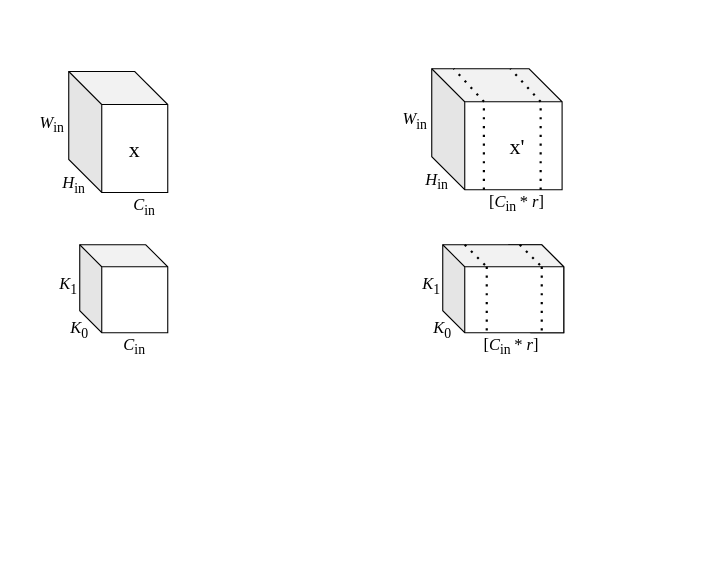
Before: page "第 3 页" (3 of 3) of uniqConv.drawio in guoriyue/draw.io, a draw.io diagram. Source tidied: cells renumbered, new cells numbered last; positions are measured from the earlier drawing's top-left corner, leaving out a move shared by most shapes. Both pictures are drawn from the tidied source at 110%, with x=0, y=0 at pixel (19, 68).
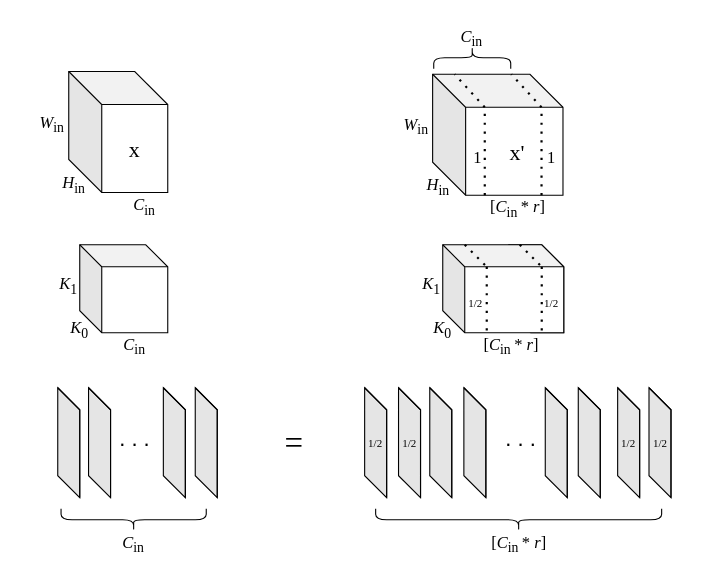
After the change.

Unchanged cells that the change refers to:
```xml
<mxCell id="18" style="group;" parent="1" vertex="1">
  <mxGeometry x="345" y="160" width="155" height="105" as="geometry" />
</mxCell>
```

Diff of the diagram source:
```diff
@@
-    <mxCell id="11" style="shape=cube;whiteSpace=wrap;html=1;boundedLbl=1;backgroundOutline=1;darkOpacity=0.05;darkOpacity2=0.1;size=30;" parent="1" vertex="1">
-      <mxGeometry x="375" width="118.5" height="110" as="geometry" />
-    </mxCell>
-    <mxCell id="12" value="&lt;font style=&quot;font-size: 15px;&quot; face=&quot;Times New Roman&quot;&gt;&lt;i&gt;H&lt;/i&gt;&lt;sub&gt;in&lt;/sub&gt;&lt;/font&gt;" style="text;html=1;strokeColor=none;fillColor=none;align=center;verticalAlign=middle;whiteSpace=wrap;rounded=0;fontSize=20;" parent="1" vertex="1">
-      <mxGeometry x="350" y="85" width="60" height="30" as="geometry" />
-    </mxCell>
-    <mxCell id="13" value="&lt;font style=&quot;font-size: 15px;&quot; face=&quot;Times New Roman&quot;&gt;&lt;i&gt;W&lt;/i&gt;&lt;sub&gt;in&lt;/sub&gt;&lt;/font&gt;" style="text;html=1;strokeColor=none;fillColor=none;align=center;verticalAlign=middle;whiteSpace=wrap;rounded=0;fontSize=20;" parent="1" vertex="1">
-      <mxGeometry x="330" y="30" width="60" height="30" as="geometry" />
-    </mxCell>
-    <mxCell id="14" value="&lt;font style=&quot;font-size: 20px;&quot; face=&quot;Times New Roman&quot;&gt;x'&lt;/font&gt;" style="text;html=1;strokeColor=none;fillColor=none;align=center;verticalAlign=middle;whiteSpace=wrap;rounded=0;fontSize=20;" parent="1" vertex="1">
-      <mxGeometry x="422.5" y="55" width="60" height="30" as="geometry" />
-    </mxCell>
-    <mxCell id="15" value="&lt;font style=&quot;font-size: 15px;&quot; face=&quot;Times New Roman&quot;&gt;[&lt;i&gt;C&lt;/i&gt;&lt;sub&gt;in&amp;nbsp;&lt;/sub&gt;&lt;/font&gt;&lt;span style=&quot;font-family: &amp;quot;Times New Roman&amp;quot;; font-size: 15px;&quot;&gt;* &lt;i&gt;r&lt;/i&gt;]&lt;/span&gt;" style="text;html=1;strokeColor=none;fillColor=none;align=center;verticalAlign=middle;whiteSpace=wrap;rounded=0;fontSize=20;" parent="1" vertex="1">
-      <mxGeometry x="400" y="105" width="105" height="30" as="geometry" />
-    </mxCell>
-    <mxCell id="16" style="endArrow=none;dashed=1;html=1;dashPattern=1 3;strokeWidth=2;rounded=0;fontFamily=Times New Roman;fontSize=20;" parent="1" edge="1">
-      <mxGeometry relative="1" as="geometry">
-        <mxPoint x="474" y="110" as="sourcePoint" />
-        <mxPoint x="474" y="30" as="targetPoint" />
-      </mxGeometry>
-    </mxCell>
-    <mxCell id="17" style="endArrow=none;dashed=1;html=1;dashPattern=1 3;strokeWidth=2;rounded=0;fontFamily=Times New Roman;fontSize=20;" parent="1" edge="1">
-      <mxGeometry relative="1" as="geometry">
-        <mxPoint x="474" y="30" as="sourcePoint" />
-        <mxPoint x="446.5" as="targetPoint" />
-      </mxGeometry>
-    </mxCell>
@@
-    <mxCell id="28" style="endArrow=none;dashed=1;html=1;dashPattern=1 3;strokeWidth=2;rounded=0;fontFamily=Times New Roman;fontSize=20;" parent="1" edge="1">
-      <mxGeometry relative="1" as="geometry">
-        <mxPoint x="422.4" y="110" as="sourcePoint" />
-        <mxPoint x="422.4" y="30" as="targetPoint" />
-      </mxGeometry>
-    </mxCell>
-    <mxCell id="29" style="endArrow=none;dashed=1;html=1;dashPattern=1 3;strokeWidth=2;rounded=0;fontFamily=Times New Roman;fontSize=20;" parent="1" edge="1">
-      <mxGeometry relative="1" as="geometry">
-        <mxPoint x="422.5" y="30" as="sourcePoint" />
-        <mxPoint x="395" as="targetPoint" />
-      </mxGeometry>
-    </mxCell>
+    <mxCell id="30" value="1/2" style="text;html=1;strokeColor=none;fillColor=none;align=center;verticalAlign=middle;whiteSpace=wrap;rounded=0;fontFamily=Times New Roman;fontSize=10;" parent="18" vertex="1">
+      <mxGeometry x="40" y="37.5" width="60" height="30" as="geometry" />
+    </mxCell>
+    <mxCell id="31" style="shape=cube;whiteSpace=wrap;html=1;boundedLbl=1;backgroundOutline=1;darkOpacity=0.05;darkOpacity2=0.1;size=30;" parent="1" vertex="1">
+      <mxGeometry x="375.8" y="5" width="118.5" height="110" as="geometry" />
+    </mxCell>
+    <mxCell id="12" value="&lt;font style=&quot;font-size: 15px;&quot; face=&quot;Times New Roman&quot;&gt;&lt;i&gt;H&lt;/i&gt;&lt;sub&gt;in&lt;/sub&gt;&lt;/font&gt;" style="text;html=1;strokeColor=none;fillColor=none;align=center;verticalAlign=middle;whiteSpace=wrap;rounded=0;fontSize=20;" parent="1" vertex="1">
+      <mxGeometry x="350.8" y="90" width="60" height="30" as="geometry" />
+    </mxCell>
+    <mxCell id="13" value="&lt;font style=&quot;font-size: 15px;&quot; face=&quot;Times New Roman&quot;&gt;&lt;i&gt;W&lt;/i&gt;&lt;sub&gt;in&lt;/sub&gt;&lt;/font&gt;" style="text;html=1;strokeColor=none;fillColor=none;align=center;verticalAlign=middle;whiteSpace=wrap;rounded=0;fontSize=20;" parent="1" vertex="1">
+      <mxGeometry x="330.8" y="35" width="60" height="30" as="geometry" />
+    </mxCell>
+    <mxCell id="14" value="&lt;font style=&quot;font-size: 20px;&quot; face=&quot;Times New Roman&quot;&gt;x'&lt;/font&gt;" style="text;html=1;strokeColor=none;fillColor=none;align=center;verticalAlign=middle;whiteSpace=wrap;rounded=0;fontSize=20;" parent="1" vertex="1">
+      <mxGeometry x="423.2" y="60" width="60" height="30" as="geometry" />
+    </mxCell>
+    <mxCell id="32" value="&lt;font style=&quot;font-size: 15px;&quot; face=&quot;Times New Roman&quot;&gt;[&lt;i&gt;C&lt;/i&gt;&lt;sub&gt;in&amp;nbsp;&lt;/sub&gt;&lt;/font&gt;&lt;span style=&quot;font-family: &amp;quot;Times New Roman&amp;quot;; font-size: 15px;&quot;&gt;* &lt;i&gt;r&lt;/i&gt;]&lt;/span&gt;" style="text;html=1;strokeColor=none;fillColor=none;align=center;verticalAlign=middle;whiteSpace=wrap;rounded=0;fontSize=20;" parent="1" vertex="1">
+      <mxGeometry x="400.8" y="110" width="105" height="30" as="geometry" />
+    </mxCell>
+    <mxCell id="33" style="endArrow=none;dashed=1;html=1;dashPattern=1 3;strokeWidth=2;rounded=0;fontFamily=Times New Roman;fontSize=20;" parent="1" edge="1">
+      <mxGeometry relative="1" as="geometry">
+        <mxPoint x="474.8" y="115" as="sourcePoint" />
+        <mxPoint x="474.8" y="35" as="targetPoint" />
+      </mxGeometry>
+    </mxCell>
+    <mxCell id="34" style="endArrow=none;dashed=1;html=1;dashPattern=1 3;strokeWidth=2;rounded=0;fontFamily=Times New Roman;fontSize=20;" parent="1" edge="1">
+      <mxGeometry relative="1" as="geometry">
+        <mxPoint x="474.8" y="35" as="sourcePoint" />
+        <mxPoint x="447.3" y="5" as="targetPoint" />
+      </mxGeometry>
+    </mxCell>
+    <mxCell id="35" style="endArrow=none;dashed=1;html=1;dashPattern=1 3;strokeWidth=2;rounded=0;fontFamily=Times New Roman;fontSize=20;" parent="1" edge="1">
+      <mxGeometry relative="1" as="geometry">
+        <mxPoint x="423.2" y="115" as="sourcePoint" />
+        <mxPoint x="423.2" y="35" as="targetPoint" />
+      </mxGeometry>
+    </mxCell>
+    <mxCell id="36" style="endArrow=none;dashed=1;html=1;dashPattern=1 3;strokeWidth=2;rounded=0;fontFamily=Times New Roman;fontSize=20;" parent="1" edge="1">
+      <mxGeometry relative="1" as="geometry">
+        <mxPoint x="423.2" y="35" as="sourcePoint" />
+        <mxPoint x="395.8" y="5" as="targetPoint" />
+      </mxGeometry>
+    </mxCell>
+    <mxCell id="37" value="&lt;font style=&quot;font-size: 15px;&quot;&gt;1&lt;/font&gt;" style="text;html=1;strokeColor=none;fillColor=none;align=center;verticalAlign=middle;whiteSpace=wrap;rounded=0;fontFamily=Times New Roman;fontSize=10;" parent="1" vertex="1">
+      <mxGeometry x="386.8" y="65" width="60" height="30" as="geometry" />
+    </mxCell>
+    <mxCell id="38" value="&lt;font style=&quot;font-size: 15px;&quot;&gt;1&lt;/font&gt;" style="text;html=1;strokeColor=none;fillColor=none;align=center;verticalAlign=middle;whiteSpace=wrap;rounded=0;fontFamily=Times New Roman;fontSize=10;" parent="1" vertex="1">
+      <mxGeometry x="454.2" y="65" width="60" height="30" as="geometry" />
+    </mxCell>
+    <mxCell id="39" style="shape=curlyBracket;whiteSpace=wrap;html=1;rounded=1;fontFamily=Times New Roman;fontSize=15;direction=south;" parent="1" vertex="1">
+      <mxGeometry x="376.8" y="-20" width="70" height="20" as="geometry" />
+    </mxCell>
+    <mxCell id="40" value="&lt;font style=&quot;font-size: 15px;&quot; face=&quot;Times New Roman&quot;&gt;&lt;i&gt;C&lt;/i&gt;&lt;sub&gt;in&lt;/sub&gt;&lt;/font&gt;" style="text;html=1;strokeColor=none;fillColor=none;align=center;verticalAlign=middle;whiteSpace=wrap;rounded=0;fontSize=20;" parent="1" vertex="1">
+      <mxGeometry x="359.2" y="-45" width="105" height="30" as="geometry" />
+    </mxCell>
+    <mxCell id="41" value="1/2" style="text;html=1;strokeColor=none;fillColor=none;align=center;verticalAlign=middle;whiteSpace=wrap;rounded=0;fontFamily=Times New Roman;fontSize=10;" parent="1" vertex="1">
+      <mxGeometry x="454.2" y="197.5" width="60" height="30" as="geometry" />
+    </mxCell>
+    <mxCell id="42" style="shape=cube;whiteSpace=wrap;html=1;boundedLbl=1;backgroundOutline=1;darkOpacity=0.05;darkOpacity2=0.1;size=20;" parent="1" vertex="1">
+      <mxGeometry x="35" y="290" width="20" height="100" as="geometry" />
+    </mxCell>
+    <mxCell id="43" style="shape=cube;whiteSpace=wrap;html=1;boundedLbl=1;backgroundOutline=1;darkOpacity=0.05;darkOpacity2=0.1;size=20;" parent="1" vertex="1">
+      <mxGeometry x="63" y="290" width="20" height="100" as="geometry" />
+    </mxCell>
+    <mxCell id="44" style="shape=cube;whiteSpace=wrap;html=1;boundedLbl=1;backgroundOutline=1;darkOpacity=0.05;darkOpacity2=0.1;size=20;" parent="1" vertex="1">
+      <mxGeometry x="131" y="290" width="20" height="100" as="geometry" />
+    </mxCell>
+    <mxCell id="45" style="shape=cube;whiteSpace=wrap;html=1;boundedLbl=1;backgroundOutline=1;darkOpacity=0.05;darkOpacity2=0.1;size=20;" parent="1" vertex="1">
+      <mxGeometry x="160" y="290" width="20" height="100" as="geometry" />
+    </mxCell>
+    <mxCell id="46" value="&lt;font style=&quot;font-size: 20px;&quot;&gt;. . .&amp;nbsp;&lt;/font&gt;" style="text;html=1;strokeColor=none;fillColor=none;align=center;verticalAlign=middle;whiteSpace=wrap;rounded=0;" parent="1" vertex="1">
+      <mxGeometry x="53" y="320" width="110" height="30" as="geometry" />
+    </mxCell>
+    <mxCell id="47" style="shape=cube;whiteSpace=wrap;html=1;boundedLbl=1;backgroundOutline=1;darkOpacity=0.05;darkOpacity2=0.1;size=20;" parent="1" vertex="1">
+      <mxGeometry x="344.8" y="290" width="20" height="100" as="geometry" />
+    </mxCell>
+    <mxCell id="48" style="shape=cube;whiteSpace=wrap;html=1;boundedLbl=1;backgroundOutline=1;darkOpacity=0.05;darkOpacity2=0.1;size=20;" parent="1" vertex="1">
+      <mxGeometry x="373.2" y="290" width="20" height="100" as="geometry" />
+    </mxCell>
+    <mxCell id="49" style="shape=cube;whiteSpace=wrap;html=1;boundedLbl=1;backgroundOutline=1;darkOpacity=0.05;darkOpacity2=0.1;size=20;" parent="1" vertex="1">
+      <mxGeometry x="404.2" y="290" width="20" height="100" as="geometry" />
+    </mxCell>
+    <mxCell id="50" style="shape=cube;whiteSpace=wrap;html=1;boundedLbl=1;backgroundOutline=1;darkOpacity=0.05;darkOpacity2=0.1;size=20;" parent="1" vertex="1">
+      <mxGeometry x="478.2" y="290" width="20" height="100" as="geometry" />
+    </mxCell>
+    <mxCell id="51" style="shape=cube;whiteSpace=wrap;html=1;boundedLbl=1;backgroundOutline=1;darkOpacity=0.05;darkOpacity2=0.1;size=20;" parent="1" vertex="1">
+      <mxGeometry x="508.2" y="290" width="20" height="100" as="geometry" />
+    </mxCell>
+    <mxCell id="52" value="&lt;font style=&quot;font-size: 20px;&quot;&gt;. . .&amp;nbsp;&lt;/font&gt;" style="text;html=1;strokeColor=none;fillColor=none;align=center;verticalAlign=middle;whiteSpace=wrap;rounded=0;" parent="1" vertex="1">
+      <mxGeometry x="404.2" y="320" width="110" height="30" as="geometry" />
+    </mxCell>
+    <mxCell id="53" style="shape=cube;whiteSpace=wrap;html=1;boundedLbl=1;backgroundOutline=1;darkOpacity=0.05;darkOpacity2=0.1;size=20;" parent="1" vertex="1">
+      <mxGeometry x="544" y="290" width="20" height="100" as="geometry" />
+    </mxCell>
+    <mxCell id="54" style="shape=cube;whiteSpace=wrap;html=1;boundedLbl=1;backgroundOutline=1;darkOpacity=0.05;darkOpacity2=0.1;size=20;" parent="1" vertex="1">
+      <mxGeometry x="572.5" y="290" width="20" height="100" as="geometry" />
+    </mxCell>
+    <mxCell id="55" value="1/2" style="text;html=1;strokeColor=none;fillColor=none;align=center;verticalAlign=middle;whiteSpace=wrap;rounded=0;fontFamily=Times New Roman;fontSize=10;" parent="1" vertex="1">
+      <mxGeometry x="324.8" y="325" width="60" height="30" as="geometry" />
+    </mxCell>
+    <mxCell id="56" value="1/2" style="text;html=1;strokeColor=none;fillColor=none;align=center;verticalAlign=middle;whiteSpace=wrap;rounded=0;fontFamily=Times New Roman;fontSize=10;" parent="1" vertex="1">
+      <mxGeometry x="524" y="325" width="60" height="30" as="geometry" />
+    </mxCell>
+    <mxCell id="57" value="1/2" style="text;html=1;strokeColor=none;fillColor=none;align=center;verticalAlign=middle;whiteSpace=wrap;rounded=0;fontFamily=Times New Roman;fontSize=10;" parent="1" vertex="1">
+      <mxGeometry x="552.5" y="325" width="60" height="30" as="geometry" />
+    </mxCell>
+    <mxCell id="58" style="shape=curlyBracket;whiteSpace=wrap;html=1;rounded=1;fontFamily=Times New Roman;fontSize=15;direction=north;" parent="1" vertex="1">
+      <mxGeometry x="38" y="400" width="132" height="20" as="geometry" />
+    </mxCell>
+    <mxCell id="59" style="shape=curlyBracket;whiteSpace=wrap;html=1;rounded=1;fontFamily=Times New Roman;fontSize=15;direction=north;" parent="1" vertex="1">
+      <mxGeometry x="324" y="400" width="260" height="20" as="geometry" />
+    </mxCell>
+    <mxCell id="60" style="shape=cube;whiteSpace=wrap;html=1;boundedLbl=1;backgroundOutline=1;darkOpacity=0.05;darkOpacity2=0.1;size=20;" parent="1" vertex="1">
+      <mxGeometry x="314" y="290" width="20" height="100" as="geometry" />
+    </mxCell>
+    <mxCell id="61" value="1/2" style="text;html=1;strokeColor=none;fillColor=none;align=center;verticalAlign=middle;whiteSpace=wrap;rounded=0;fontFamily=Times New Roman;fontSize=10;" parent="1" vertex="1">
+      <mxGeometry x="294" y="325" width="60" height="30" as="geometry" />
+    </mxCell>
+    <mxCell id="62" value="&lt;font style=&quot;font-size: 15px;&quot; face=&quot;Times New Roman&quot;&gt;&lt;i&gt;C&lt;/i&gt;&lt;sub&gt;in&lt;/sub&gt;&lt;/font&gt;" style="text;html=1;strokeColor=none;fillColor=none;align=center;verticalAlign=middle;whiteSpace=wrap;rounded=0;fontSize=20;" parent="1" vertex="1">
+      <mxGeometry x="74" y="415" width="60" height="30" as="geometry" />
+    </mxCell>
+    <mxCell id="63" value="&lt;font style=&quot;font-size: 15px;&quot; face=&quot;Times New Roman&quot;&gt;[&lt;i&gt;C&lt;/i&gt;&lt;sub&gt;in&amp;nbsp;&lt;/sub&gt;&lt;/font&gt;&lt;span style=&quot;font-family: &amp;quot;Times New Roman&amp;quot;; font-size: 15px;&quot;&gt;* &lt;i&gt;r&lt;/i&gt;]&lt;/span&gt;" style="text;html=1;strokeColor=none;fillColor=none;align=center;verticalAlign=middle;whiteSpace=wrap;rounded=0;fontSize=20;" parent="1" vertex="1">
+      <mxGeometry x="401.5" y="415" width="105" height="30" as="geometry" />
+    </mxCell>
+    <mxCell id="64" value="&lt;font style=&quot;font-size: 30px;&quot;&gt;=&lt;/font&gt;" style="text;html=1;strokeColor=none;fillColor=none;align=center;verticalAlign=middle;whiteSpace=wrap;rounded=0;fontFamily=Times New Roman;fontSize=15;" parent="1" vertex="1">
+      <mxGeometry x="220" y="325" width="60" height="30" as="geometry" />
+    </mxCell>
```
